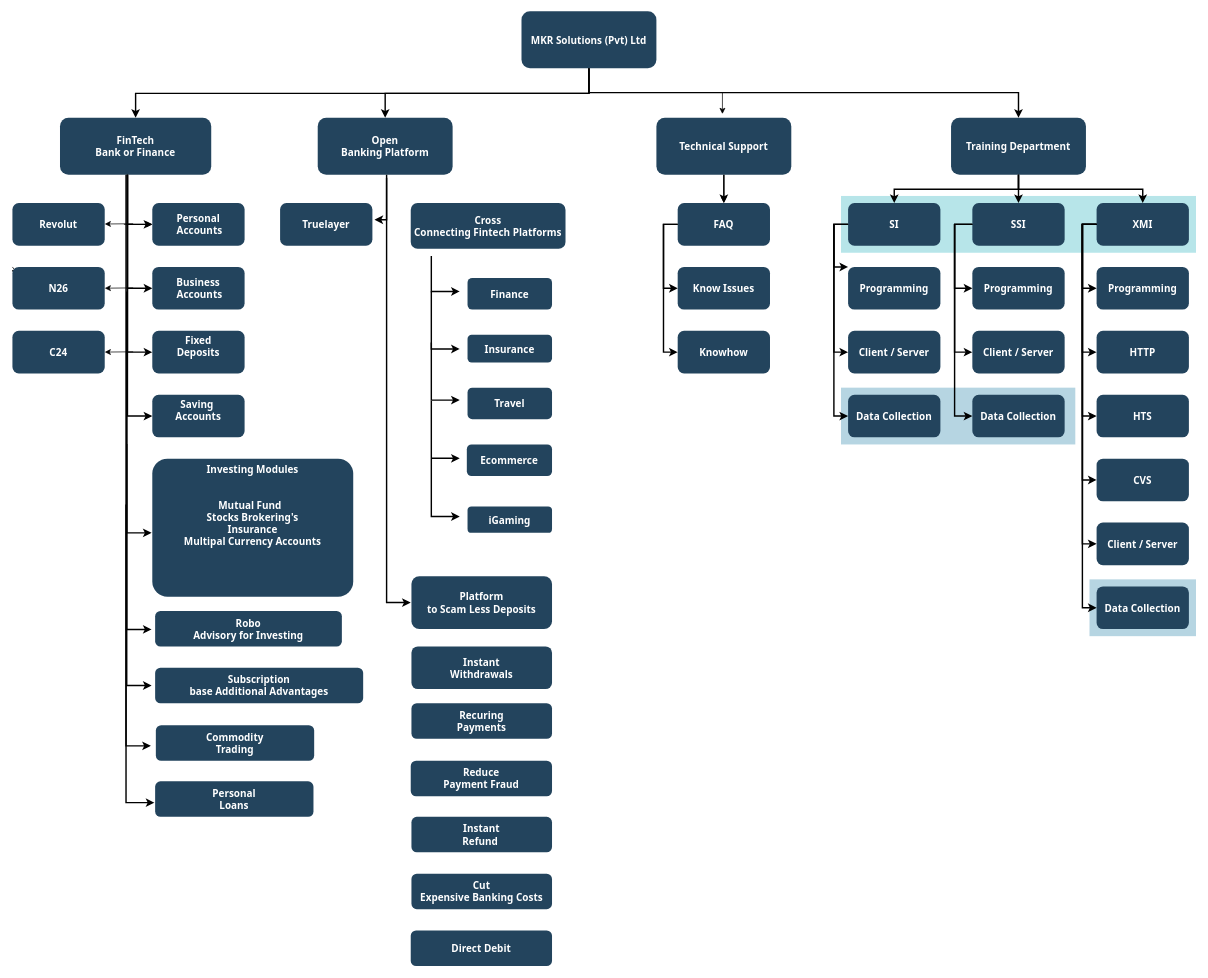
This is MKR.drawio from sachini9427/MKR, a draw.io file, before an edit. Source tidied: cells renumbered, new cells numbered last; positions are measured from the earlier drawing's top-left corner, leaving out a move shared by most shapes. Both pictures are drawn from the tidied source at 71%, with x=0, y=0 at pixel (12, 11).
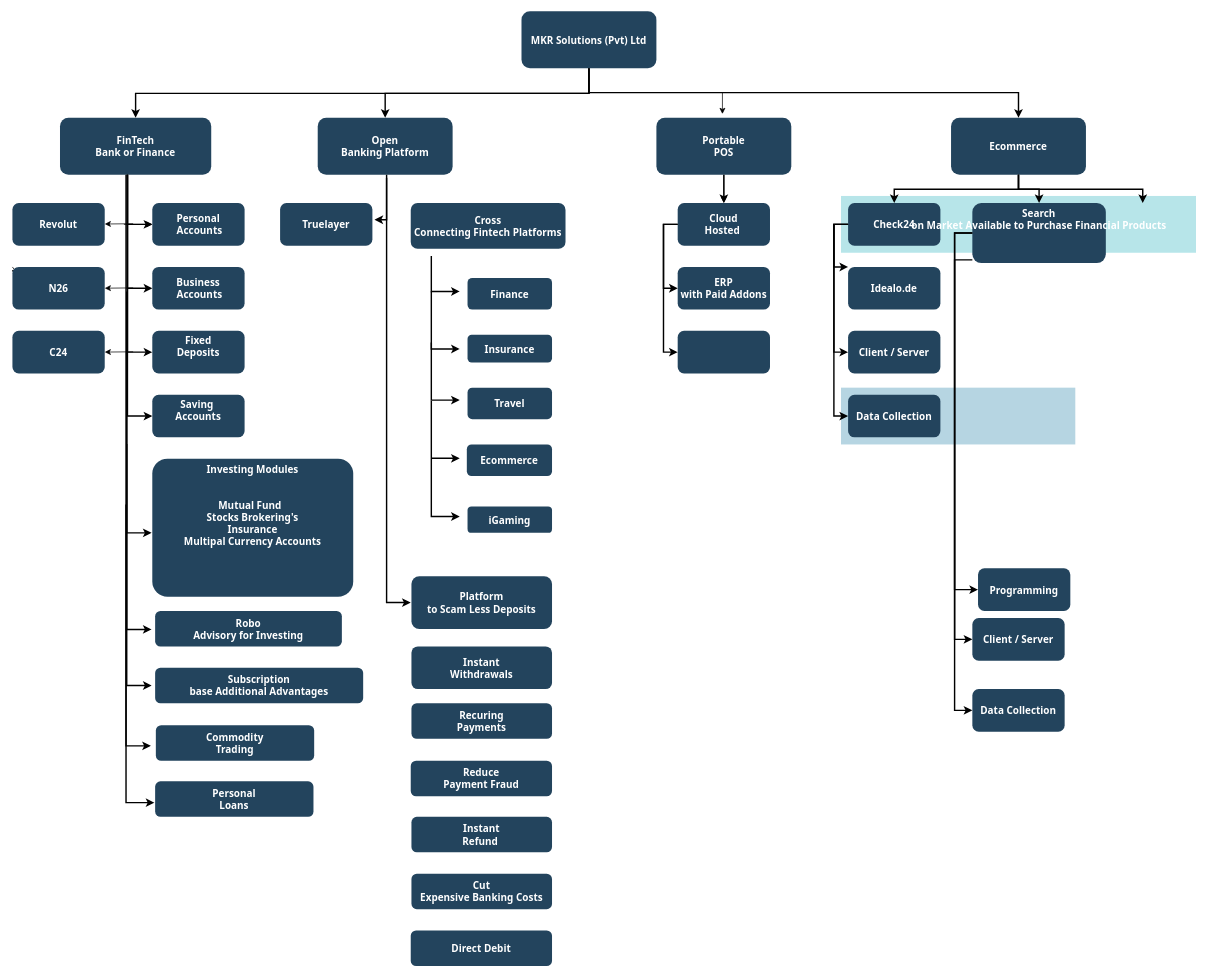
The same diagram, later.

The edit, as a diff of the source:
```diff
@@
-    <mxCell id="2" style="fillColor=#10739E;strokeColor=none;opacity=30;" parent="1" vertex="1">
-      <mxGeometry x="1517" y="799.5" width="150" height="80" as="geometry" />
-    </mxCell>
@@
-    <mxCell id="7" value="Training Department" style="rounded=1;fillColor=#23445D;gradientColor=none;strokeColor=none;fontColor=#FFFFFF;fontStyle=1;fontFamily=Tahoma;fontSize=14;" parent="1" vertex="1">
+    <mxCell id="7" value="Ecommerce" style="rounded=1;fillColor=#23445D;gradientColor=none;strokeColor=none;fontColor=#FFFFFF;fontStyle=1;fontFamily=Tahoma;fontSize=14;" parent="1" vertex="1">
       <mxGeometry x="1322" y="149.5" width="190" height="80" as="geometry" />
     </mxCell>
@@
-    <mxCell id="10" value="Technical Support" style="rounded=1;fillColor=#23445D;gradientColor=none;strokeColor=none;fontColor=#FFFFFF;fontStyle=1;fontFamily=Tahoma;fontSize=14;" parent="1" vertex="1">
+    <mxCell id="10" value="Portable&#10;POS" style="rounded=1;fillColor=#23445D;gradientColor=none;strokeColor=none;fontColor=#FFFFFF;fontStyle=1;fontFamily=Tahoma;fontSize=14;" parent="1" vertex="1">
       <mxGeometry x="907" y="149.5" width="190" height="80" as="geometry" />
     </mxCell>
@@
-    <mxCell id="32" value="FAQ" style="rounded=1;fillColor=#23445D;gradientColor=none;strokeColor=none;fontColor=#FFFFFF;fontStyle=1;fontFamily=Tahoma;fontSize=14;" parent="1" vertex="1">
+    <mxCell id="32" value="Cloud&#10;Hosted " style="rounded=1;fillColor=#23445D;gradientColor=none;strokeColor=none;fontColor=#FFFFFF;fontStyle=1;fontFamily=Tahoma;fontSize=14;" parent="1" vertex="1">
       <mxGeometry x="937" y="269.5" width="130" height="60" as="geometry" />
     </mxCell>
-    <mxCell id="33" value="Know Issues" style="rounded=1;fillColor=#23445D;gradientColor=none;strokeColor=none;fontColor=#FFFFFF;fontStyle=1;fontFamily=Tahoma;fontSize=14;" parent="1" vertex="1">
+    <mxCell id="33" value="ERP&#10;with Paid Addons" style="rounded=1;fillColor=#23445D;gradientColor=none;strokeColor=none;fontColor=#FFFFFF;fontStyle=1;fontFamily=Tahoma;fontSize=14;" parent="1" vertex="1">
       <mxGeometry x="937" y="359.5" width="130" height="60" as="geometry" />
     </mxCell>
-    <mxCell id="34" value="Knowhow" style="rounded=1;fillColor=#23445D;gradientColor=none;strokeColor=none;fontColor=#FFFFFF;fontStyle=1;fontFamily=Tahoma;fontSize=14;" parent="1" vertex="1">
+    <mxCell id="34" style="rounded=1;fillColor=#23445D;gradientColor=none;strokeColor=none;fontColor=#FFFFFF;fontStyle=1;fontFamily=Tahoma;fontSize=14;" parent="1" vertex="1">
       <mxGeometry x="937" y="449.5" width="130" height="60" as="geometry" />
     </mxCell>
-    <mxCell id="35" value="SI" style="rounded=1;fillColor=#23445D;gradientColor=none;strokeColor=none;fontColor=#FFFFFF;fontStyle=1;fontFamily=Tahoma;fontSize=14;" parent="1" vertex="1">
+    <mxCell id="35" value="Check24" style="rounded=1;fillColor=#23445D;gradientColor=none;strokeColor=none;fontColor=#FFFFFF;fontStyle=1;fontFamily=Tahoma;fontSize=14;" parent="1" vertex="1">
       <mxGeometry x="1177" y="269.5" width="130" height="60" as="geometry" />
     </mxCell>
-    <mxCell id="36" value="Programming" style="rounded=1;fillColor=#23445D;gradientColor=none;strokeColor=none;fontColor=#FFFFFF;fontStyle=1;fontFamily=Tahoma;fontSize=14;" parent="1" vertex="1">
+    <mxCell id="36" value="Idealo.de" style="rounded=1;fillColor=#23445D;gradientColor=none;strokeColor=none;fontColor=#FFFFFF;fontStyle=1;fontFamily=Tahoma;fontSize=14;" parent="1" vertex="1">
       <mxGeometry x="1177" y="359.5" width="130" height="60" as="geometry" />
     </mxCell>
@@
-    <mxCell id="39" value="SSI" style="rounded=1;fillColor=#23445D;gradientColor=none;strokeColor=none;fontColor=#FFFFFF;fontStyle=1;fontFamily=Tahoma;fontSize=14;" parent="1" vertex="1">
-      <mxGeometry x="1352" y="269.5" width="130" height="60" as="geometry" />
+    <mxCell id="39" value="Search&#10;on Market Available to Purchase Financial Products" style="rounded=1;fillColor=#23445D;gradientColor=none;strokeColor=none;fontColor=#FFFFFF;fontStyle=1;fontFamily=Tahoma;fontSize=14;verticalAlign=top;" parent="1" vertex="1">
+      <mxGeometry x="1352" y="269.5" width="188" height="84.5" as="geometry" />
     </mxCell>
     <mxCell id="40" value="Programming" style="rounded=1;fillColor=#23445D;gradientColor=none;strokeColor=none;fontColor=#FFFFFF;fontStyle=1;fontFamily=Tahoma;fontSize=14;" parent="1" vertex="1">
-      <mxGeometry x="1352" y="359.5" width="130" height="60" as="geometry" />
+      <mxGeometry x="1360" y="784" width="130" height="60" as="geometry" />
     </mxCell>
     <mxCell id="41" value="Client / Server" style="rounded=1;fillColor=#23445D;gradientColor=none;strokeColor=none;fontColor=#FFFFFF;fontStyle=1;fontFamily=Tahoma;fontSize=14;" parent="1" vertex="1">
-      <mxGeometry x="1352" y="449.5" width="130" height="60" as="geometry" />
+      <mxGeometry x="1352" y="854" width="130" height="60" as="geometry" />
     </mxCell>
     <mxCell id="42" value="Data Collection" style="rounded=1;fillColor=#23445D;gradientColor=none;strokeColor=none;fontColor=#FFFFFF;fontStyle=1;fontFamily=Tahoma;fontSize=14;" parent="1" vertex="1">
-      <mxGeometry x="1352" y="539.5" width="130" height="60" as="geometry" />
+      <mxGeometry x="1352" y="954" width="130" height="60" as="geometry" />
     </mxCell>
-    <mxCell id="43" value="XMI" style="rounded=1;fillColor=#23445D;gradientColor=none;strokeColor=none;fontColor=#FFFFFF;fontStyle=1;fontFamily=Tahoma;fontSize=14;" parent="1" vertex="1">
-      <mxGeometry x="1527" y="269.5" width="130" height="60" as="geometry" />
-    </mxCell>
-    <mxCell id="44" value="Programming" style="rounded=1;fillColor=#23445D;gradientColor=none;strokeColor=none;fontColor=#FFFFFF;fontStyle=1;fontFamily=Tahoma;fontSize=14;" parent="1" vertex="1">
-      <mxGeometry x="1527" y="359.5" width="130" height="60" as="geometry" />
-    </mxCell>
-    <mxCell id="45" value="HTTP" style="rounded=1;fillColor=#23445D;gradientColor=none;strokeColor=none;fontColor=#FFFFFF;fontStyle=1;fontFamily=Tahoma;fontSize=14;" parent="1" vertex="1">
-      <mxGeometry x="1527" y="449.5" width="130" height="60" as="geometry" />
-    </mxCell>
-    <mxCell id="46" value="HTS" style="rounded=1;fillColor=#23445D;gradientColor=none;strokeColor=none;fontColor=#FFFFFF;fontStyle=1;fontFamily=Tahoma;fontSize=14;" parent="1" vertex="1">
-      <mxGeometry x="1527" y="539.5" width="130" height="60" as="geometry" />
-    </mxCell>
-    <mxCell id="47" value="CVS" style="rounded=1;fillColor=#23445D;gradientColor=none;strokeColor=none;fontColor=#FFFFFF;fontStyle=1;fontFamily=Tahoma;fontSize=14;" parent="1" vertex="1">
-      <mxGeometry x="1527" y="629.5" width="130" height="60" as="geometry" />
-    </mxCell>
-    <mxCell id="48" value="Client / Server" style="rounded=1;fillColor=#23445D;gradientColor=none;strokeColor=none;fontColor=#FFFFFF;fontStyle=1;fontFamily=Tahoma;fontSize=14;" parent="1" vertex="1">
-      <mxGeometry x="1527" y="719.5" width="130" height="60" as="geometry" />
-    </mxCell>
-    <mxCell id="49" value="Data Collection" style="rounded=1;fillColor=#23445D;gradientColor=none;strokeColor=none;fontColor=#FFFFFF;fontStyle=1;fontFamily=Tahoma;fontSize=14;" parent="1" vertex="1">
-      <mxGeometry x="1527" y="809.5" width="130" height="60" as="geometry" />
-    </mxCell>
@@
-    <mxCell id="67" style="edgeStyle=elbowEdgeStyle;elbow=horizontal;strokeWidth=2;rounded=0;" parent="1" edge="1" source="43" target="44">
-      <mxGeometry x="-23" y="135.5" as="geometry">
-        <Array as="points">
-          <mxPoint x="1507" y="349.5" />
-        </Array>
-      </mxGeometry>
-    </mxCell>
-    <mxCell id="68" style="edgeStyle=elbowEdgeStyle;elbow=horizontal;strokeWidth=2;rounded=0;" parent="1" edge="1" source="43" target="45">
-      <mxGeometry x="-23" y="135.5" as="geometry">
-        <Array as="points">
-          <mxPoint x="1507" y="389.5" />
-        </Array>
-      </mxGeometry>
-    </mxCell>
-    <mxCell id="69" style="edgeStyle=elbowEdgeStyle;elbow=horizontal;strokeWidth=2;rounded=0;" parent="1" edge="1" source="43" target="46">
-      <mxGeometry x="-23" y="135.5" as="geometry">
-        <Array as="points">
-          <mxPoint x="1507" y="439.5" />
-        </Array>
-      </mxGeometry>
-    </mxCell>
-    <mxCell id="70" style="edgeStyle=elbowEdgeStyle;elbow=horizontal;strokeWidth=2;rounded=0;" parent="1" edge="1" source="43" target="47">
-      <mxGeometry x="-23" y="135.5" as="geometry">
-        <Array as="points">
-          <mxPoint x="1507" y="489.5" />
-        </Array>
-      </mxGeometry>
-    </mxCell>
-    <mxCell id="71" style="edgeStyle=elbowEdgeStyle;elbow=horizontal;strokeWidth=2;rounded=0;" parent="1" edge="1" source="43" target="48">
-      <mxGeometry x="-23" y="135.5" as="geometry">
-        <Array as="points">
-          <mxPoint x="1507" y="539.5" />
-        </Array>
-      </mxGeometry>
-    </mxCell>
-    <mxCell id="72" style="edgeStyle=elbowEdgeStyle;elbow=horizontal;strokeWidth=2;rounded=0;" parent="1" edge="1" source="43" target="49">
-      <mxGeometry x="-23" y="135.5" as="geometry">
-        <Array as="points">
-          <mxPoint x="1507" y="579.5" />
-        </Array>
-      </mxGeometry>
-    </mxCell>
@@
-    <mxCell id="76" style="edgeStyle=elbowEdgeStyle;elbow=vertical;strokeWidth=2;rounded=0;" parent="1" edge="1" source="7" target="43">
-      <mxGeometry x="-23" y="135.5" as="geometry" />
+    <mxCell id="76" style="edgeStyle=elbowEdgeStyle;elbow=vertical;strokeWidth=2;rounded=0;" parent="1" edge="1" source="7">
+      <mxGeometry x="-23" y="135.5" as="geometry">
+        <mxPoint x="1592" y="269.5" as="targetPoint" />
+      </mxGeometry>
     </mxCell>
```
